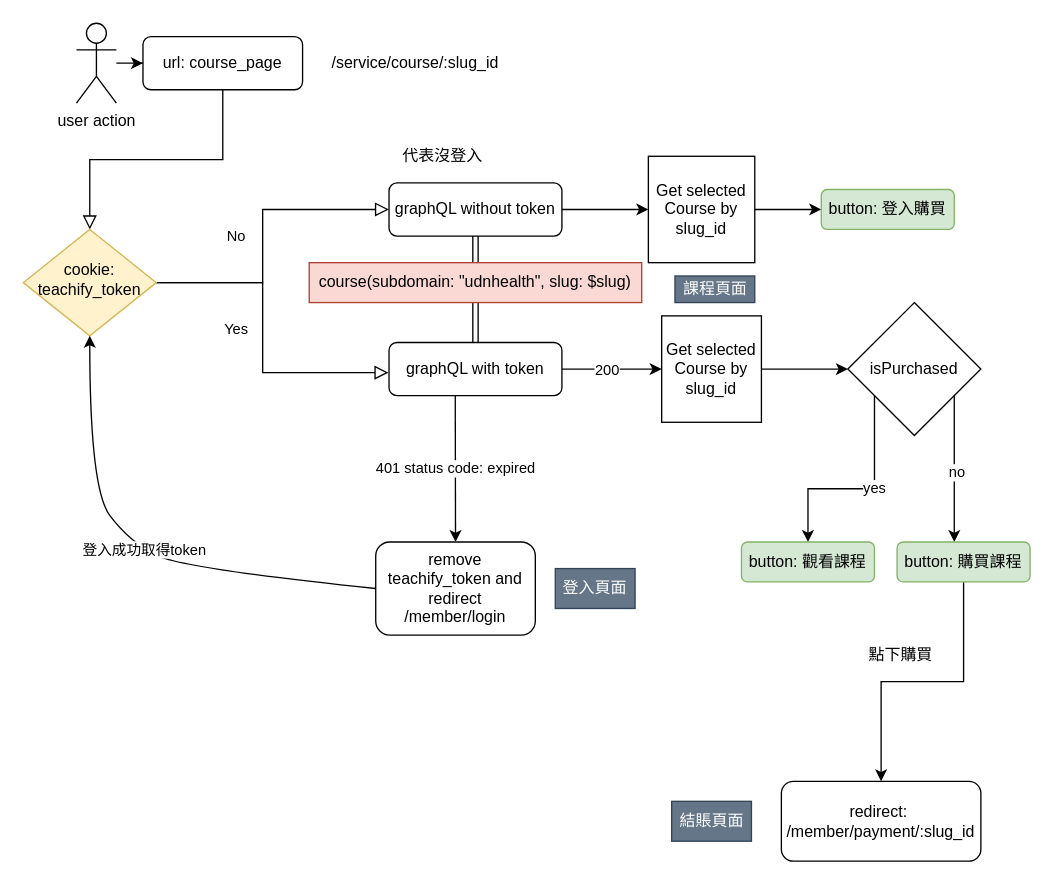
Before: Untitled Diagram.drawio in kangw3n/udnVote, a draw.io diagram. Source tidied: cells renumbered, new cells numbered last; positions are measured from the earlier drawing's top-left corner, leaving out a move shared by most shapes. Both pictures are drawn from the tidied source at 133%, with x=0, y=0 at pixel (23, 23).
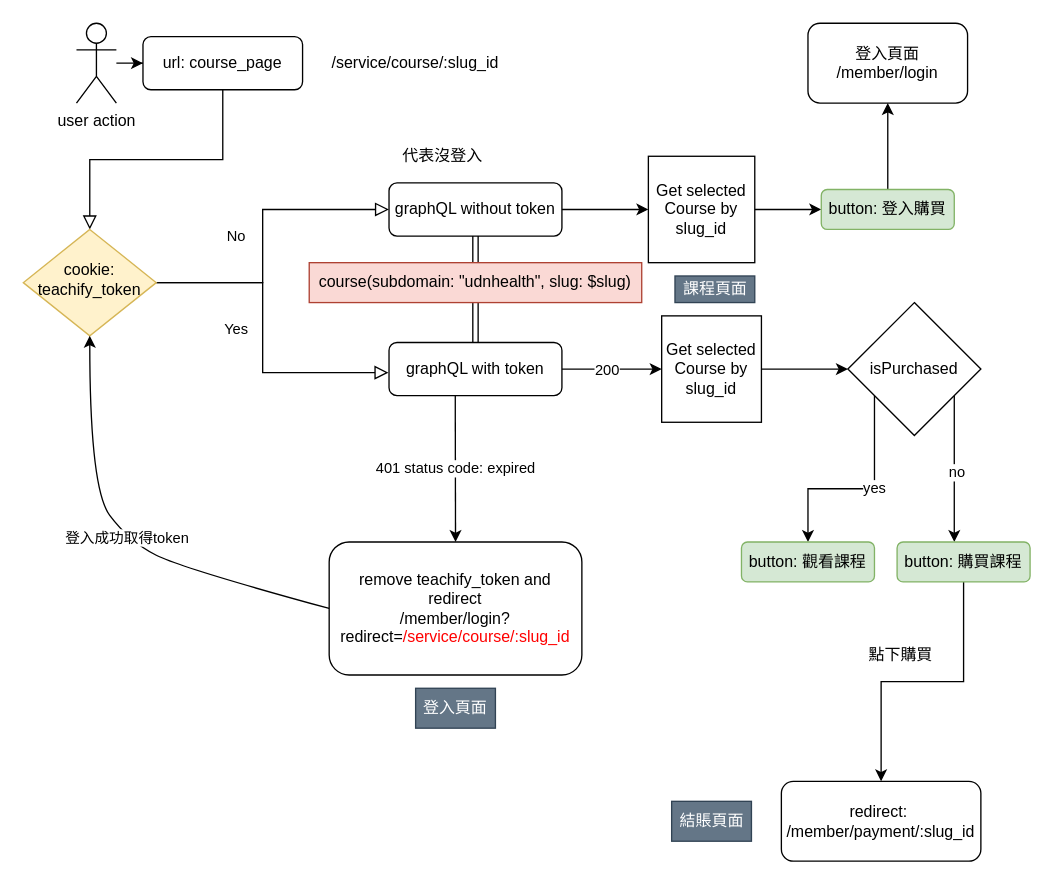
After the change.

The change refers to these unchanged cells:
```xml
<mxCell id="17" value="button: 登入購買" style="rounded=1;whiteSpace=wrap;html=1;fillColor=#d5e8d4;strokeColor=#82b366;" parent="1" vertex="1">
  <mxGeometry x="600" y="125" width="100" height="30" as="geometry" />
</mxCell>
```

What changed in the source:
```diff
@@
-    <mxCell id="16" value="remove teachify_token and&lt;br&gt;redirect&lt;br&gt;/member/login" style="rounded=1;whiteSpace=wrap;html=1;" parent="1" vertex="1">
-      <mxGeometry x="265" y="390" width="120" height="70" as="geometry" />
+    <mxCell id="16" value="remove teachify_token and&lt;br&gt;redirect&lt;br&gt;/member/login?redirect=&lt;font color=&quot;#ff0000&quot;&gt;/service/course/:slug_id&lt;/font&gt;" style="rounded=1;whiteSpace=wrap;html=1;" parent="1" vertex="1">
+      <mxGeometry x="230" y="390" width="190" height="100" as="geometry" />
     </mxCell>
+    <mxCell id="41" style="edgeStyle=orthogonalEdgeStyle;rounded=0;jettySize=auto;html=1;" parent="1" edge="1" source="17" target="42">
+      <mxGeometry relative="1" as="geometry" />
+    </mxCell>
@@
     <mxCell id="40" value="登入頁面" style="text;html=1;strokeColor=#314354;fillColor=#647687;align=center;verticalAlign=middle;whiteSpace=wrap;rounded=0;glass=0;fontColor=#ffffff;" parent="1" vertex="1">
-      <mxGeometry x="400" y="410" width="60" height="30" as="geometry" />
+      <mxGeometry x="295" y="500" width="60" height="30" as="geometry" />
     </mxCell>
+    <mxCell id="42" value="登入頁面&lt;br&gt;/member/login" style="whiteSpace=wrap;html=1;rounded=1;" parent="1" vertex="1">
+      <mxGeometry x="590" width="120" height="60" as="geometry" />
+    </mxCell>
```
